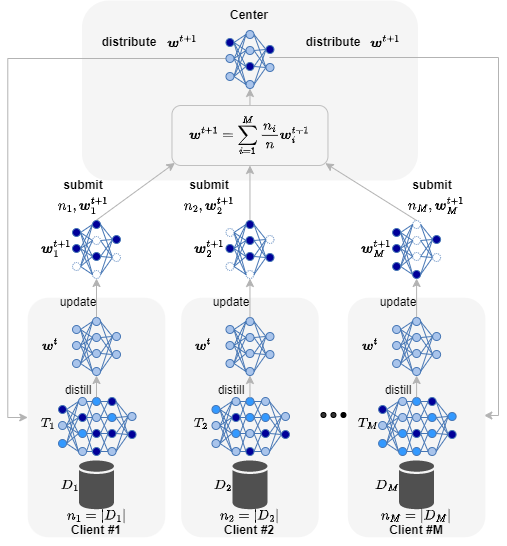
Above: fedKA.png in guritian/fl-noniid (draw.io), before the change. Source tidied: cells renumbered, new cells last; positions are measured from the earlier drawing's top-left corner, leaving out a move shared by most shapes.
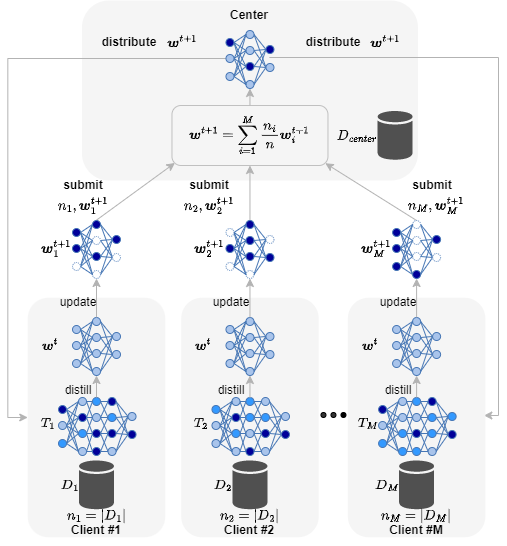
After the commit.

What changed in the source:
```diff
@@ -1316,5 +1316,11 @@
     <mxCell id="436" value="&lt;b&gt;Client #M&lt;/b&gt;" style="text;html=1;strokeColor=none;fillColor=none;align=center;verticalAlign=middle;whiteSpace=wrap;rounded=0;" parent="1" vertex="1">
       <mxGeometry x="368.1" y="515" width="60" height="30" as="geometry" />
     </mxCell>
+    <mxCell id="437" style="sketch=0;shadow=0;dashed=0;html=1;strokeColor=none;fillColor=#505050;labelPosition=center;verticalLabelPosition=bottom;verticalAlign=top;align=center;shape=mxgraph.office.databases.database;" parent="1" vertex="1">
+      <mxGeometry x="359.1" y="110.5" width="35" height="49" as="geometry" />
+    </mxCell>
+    <mxCell id="438" value="$$D_{center}$$" style="text;html=1;strokeColor=none;fillColor=none;align=center;verticalAlign=middle;whiteSpace=wrap;rounded=0;" parent="1" vertex="1">
+      <mxGeometry x="309.5" y="120" width="60" height="30" as="geometry" />
+    </mxCell>
   </root>
 </mxGraphModel>
```
